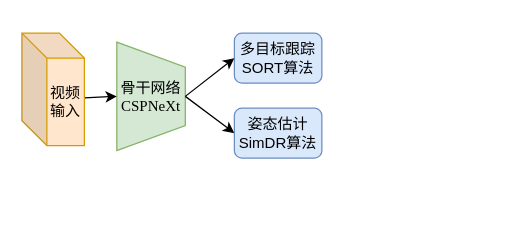
The draw.io diagram 总体.drawio in Leeon-K/drawio_saver, before the edit. Source tidied: cells renumbered, new cells numbered last; positions are measured from the earlier drawing's top-left corner, leaving out a move shared by most shapes. Both pictures are drawn from the tidied source at 125%, with x=0, y=0 at pixel (21, 32).
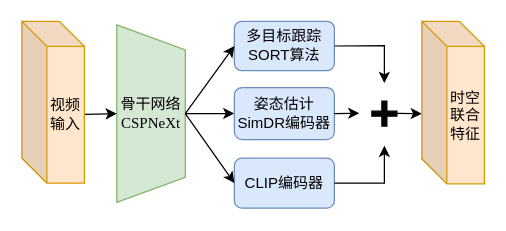
Above is the later version.

Diff of the diagram source:
```diff
@@
     <mxCell id="2" value="骨干网络&lt;br&gt;&lt;span style=&quot;font-family: &amp;quot;Times New Roman&amp;quot;;&quot;&gt;CSPNeXt&lt;/span&gt;" style="shape=trapezoid;perimeter=trapezoidPerimeter;whiteSpace=wrap;html=1;fixedSize=1;rotation=90;fillColor=#d5e8d4;strokeColor=#82b366;horizontal=0;" parent="1" vertex="1">
-      <mxGeometry x="60" y="23.2" width="86.7" height="54.8" as="geometry" />
+      <mxGeometry x="32.3" y="37" width="142.1" height="54.8" as="geometry" />
     </mxCell>
@@
     <mxCell id="4" value="视频输入" style="shape=cube;whiteSpace=wrap;html=1;boundedLbl=1;backgroundOutline=1;darkOpacity=0.05;darkOpacity2=0.1;fillColor=#ffe6cc;strokeColor=#d79b00;" parent="1" vertex="1">
-      <mxGeometry width="50" height="90" as="geometry" />
+      <mxGeometry y="-9.4" width="50" height="129.4" as="geometry" />
     </mxCell>
     <mxCell id="5" value="多目标跟踪&lt;br&gt;SORT算法" style="rounded=1;whiteSpace=wrap;html=1;fillColor=#dae8fc;strokeColor=#6c8ebf;" parent="1" vertex="1">
-      <mxGeometry x="170" width="70" height="40" as="geometry" />
+      <mxGeometry x="170" y="-9.4" width="80" height="39.4" as="geometry" />
     </mxCell>
@@
-    <mxCell id="8" value="姿态估计&lt;br&gt;SimDR算法" style="rounded=1;whiteSpace=wrap;html=1;fillColor=#dae8fc;strokeColor=#6c8ebf;" parent="1" vertex="1">
-      <mxGeometry x="170" y="60" width="70" height="40" as="geometry" />
+    <mxCell id="8" value="姿态估计&lt;br&gt;SimDR编码器" style="rounded=1;whiteSpace=wrap;html=1;fillColor=#dae8fc;strokeColor=#6c8ebf;" parent="1" vertex="1">
+      <mxGeometry x="170" y="43.5" width="80" height="41.7" as="geometry" />
     </mxCell>
+    <mxCell id="9" style="endArrow=classic;html=1;rounded=0;exitX=1;exitY=0.5;exitDx=0;exitDy=0;" parent="1" edge="1" source="5">
+      <mxGeometry relative="1" as="geometry">
+        <mxPoint x="290" y="40" as="targetPoint" />
+        <Array as="points">
+          <mxPoint x="290" y="10" />
+        </Array>
+      </mxGeometry>
+    </mxCell>
+    <mxCell id="10" style="endArrow=classic;html=1;rounded=0;exitX=1;exitY=0.5;exitDx=0;exitDy=0;" parent="1" edge="1" source="8">
+      <mxGeometry relative="1" as="geometry">
+        <mxPoint x="270" y="64" as="targetPoint" />
+      </mxGeometry>
+    </mxCell>
+    <mxCell id="11" style="shape=cross;whiteSpace=wrap;html=1;fillColor=#060505;strokeColor=#000000;" parent="1" vertex="1">
+      <mxGeometry x="280" y="54.4" width="20" height="20" as="geometry" />
+    </mxCell>
+    <mxCell id="12" style="endArrow=classic;html=1;rounded=0;" parent="1" edge="1">
+      <mxGeometry relative="1" as="geometry">
+        <mxPoint x="300" y="64.2" as="sourcePoint" />
+        <mxPoint x="320" y="64.4" as="targetPoint" />
+      </mxGeometry>
+    </mxCell>
+    <mxCell id="13" value="时空联合特征" style="shape=cube;whiteSpace=wrap;html=1;boundedLbl=1;backgroundOutline=1;darkOpacity=0.05;darkOpacity2=0.1;fillColor=#ffe6cc;strokeColor=#d79b00;" parent="1" vertex="1">
+      <mxGeometry x="320" y="-9.4" width="50" height="130" as="geometry" />
+    </mxCell>
+    <mxCell id="14" value="CLIP编码器" style="rounded=1;whiteSpace=wrap;html=1;fillColor=#dae8fc;strokeColor=#6c8ebf;" parent="1" vertex="1">
+      <mxGeometry x="170" y="100" width="80" height="40" as="geometry" />
+    </mxCell>
+    <mxCell id="15" style="endArrow=classic;html=1;rounded=0;exitX=0.5;exitY=0;exitDx=0;exitDy=0;entryX=0;entryY=0.5;entryDx=0;entryDy=0;" parent="1" edge="1" source="2" target="14">
+      <mxGeometry relative="1" as="geometry" />
+    </mxCell>
+    <mxCell id="16" style="endArrow=classic;html=1;rounded=0;exitX=1;exitY=0.5;exitDx=0;exitDy=0;" parent="1" edge="1" source="14">
+      <mxGeometry relative="1" as="geometry">
+        <mxPoint x="290" y="90" as="targetPoint" />
+        <Array as="points">
+          <mxPoint x="290" y="120" />
+        </Array>
+      </mxGeometry>
+    </mxCell>
```
